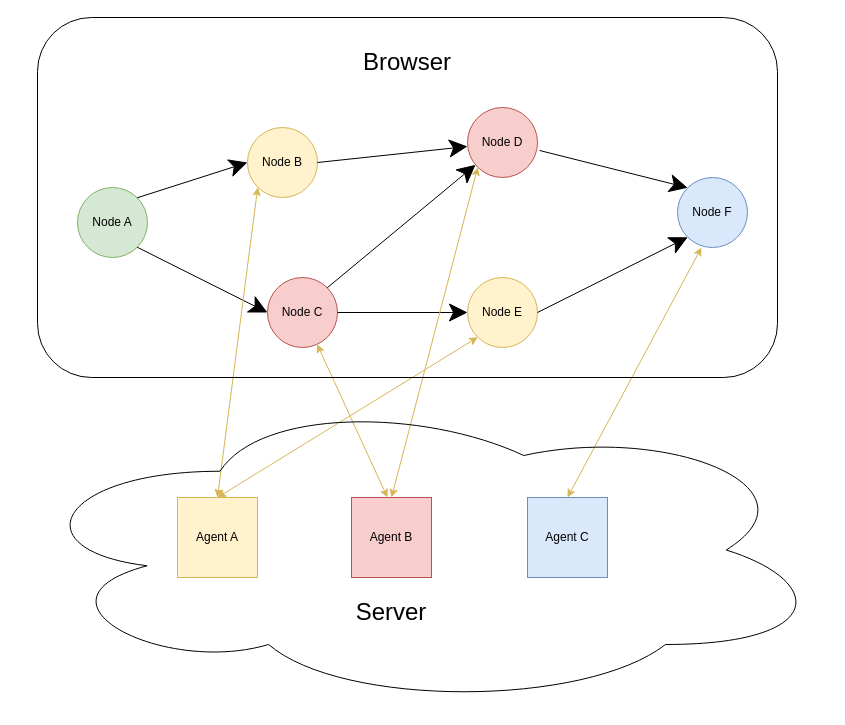
Before: browser-server2.drawio in isamu/misc-doc, a draw.io diagram. Source tidied: cells renumbered, new cells numbered last; positions are measured from the earlier drawing's top-left corner, leaving out a move shared by most shapes. Both pictures are drawn from the tidied source at 100%, with x=0, y=0 at pixel (17, 17).
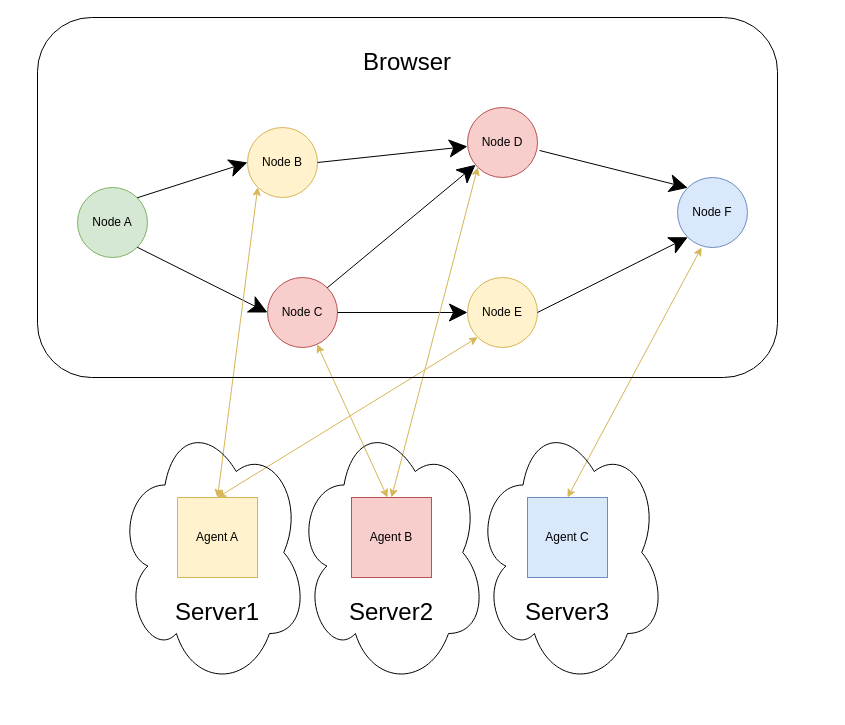
The same diagram, later.

Commit message:
browser-server2.drawio を更新します

What changed in the source:
```diff
@@
     <mxCell id="25" style="ellipse;shape=cloud;whiteSpace=wrap;html=1;fillColor=none;" parent="1" vertex="1">
-      <mxGeometry y="375" width="810" height="315" as="geometry" />
+      <mxGeometry x="100" y="400" width="190" height="270" as="geometry" />
     </mxCell>
-    <mxCell id="26" value="&lt;span style=&quot;font-size: 24px;&quot;&gt;Server&lt;/span&gt;" style="text;html=1;align=center;verticalAlign=middle;whiteSpace=wrap;rounded=0;" parent="1" vertex="1">
-      <mxGeometry x="306" y="570" width="136" height="50" as="geometry" />
+    <mxCell id="26" value="&lt;span style=&quot;font-size: 24px;&quot;&gt;Server1&lt;/span&gt;" style="text;html=1;align=center;verticalAlign=middle;whiteSpace=wrap;rounded=0;" parent="1" vertex="1">
+      <mxGeometry x="132" y="570" width="136" height="50" as="geometry" />
     </mxCell>
+    <mxCell id="27" style="ellipse;shape=cloud;whiteSpace=wrap;html=1;fillColor=none;" parent="1" vertex="1">
+      <mxGeometry x="279" y="400" width="190" height="270" as="geometry" />
+    </mxCell>
+    <mxCell id="28" style="ellipse;shape=cloud;whiteSpace=wrap;html=1;fillColor=none;" parent="1" vertex="1">
+      <mxGeometry x="458" y="400" width="190" height="270" as="geometry" />
+    </mxCell>
+    <mxCell id="29" value="&lt;span style=&quot;font-size: 24px;&quot;&gt;Server2&lt;/span&gt;" style="text;html=1;align=center;verticalAlign=middle;whiteSpace=wrap;rounded=0;" parent="1" vertex="1">
+      <mxGeometry x="306" y="570" width="136" height="50" as="geometry" />
+    </mxCell>
+    <mxCell id="30" value="&lt;span style=&quot;font-size: 24px;&quot;&gt;Server3&lt;/span&gt;" style="text;html=1;align=center;verticalAlign=middle;whiteSpace=wrap;rounded=0;" parent="1" vertex="1">
+      <mxGeometry x="482" y="570" width="136" height="50" as="geometry" />
+    </mxCell>
```
